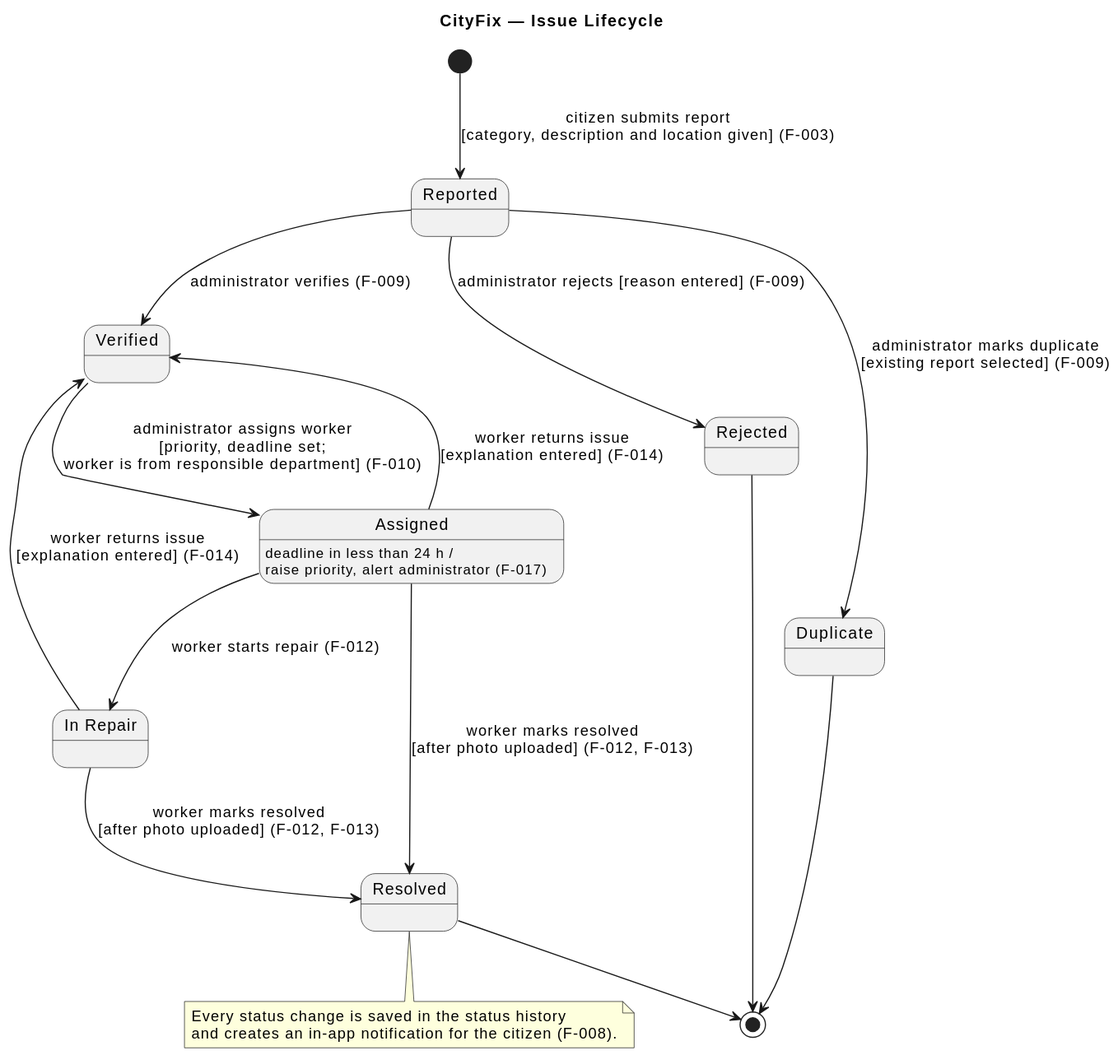
The PlantUML diagram docs/assets/diagrams/state_issue_lifecycle.svg in T3-Dev-Team/T3-Development, before a commit.
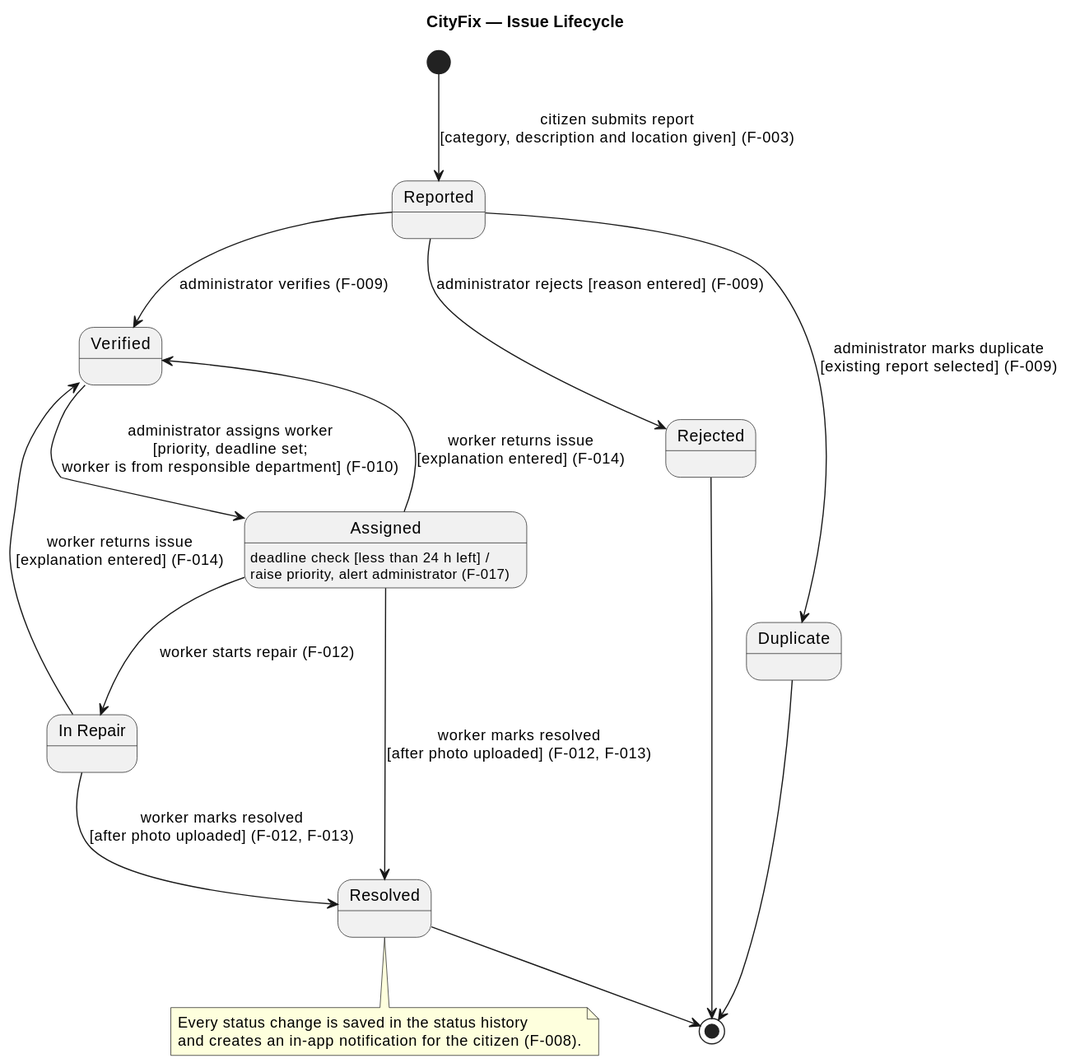
Above is the later version.

The edit, as a diff of the source:
```diff
@@ -25,7 +25,7 @@
 Assigned --> Verified : worker returns issue\n[explanation entered] (F-014)
 InRepair --> Verified : worker returns issue\n[explanation entered] (F-014)
 
-Assigned : deadline in less than 24 h /\nraise priority, alert administrator (F-017)
+Assigned : deadline check [less than 24 h left] /\nraise priority, alert administrator (F-017)
 
 Rejected --> [*]
 Duplicate --> [*]
```
